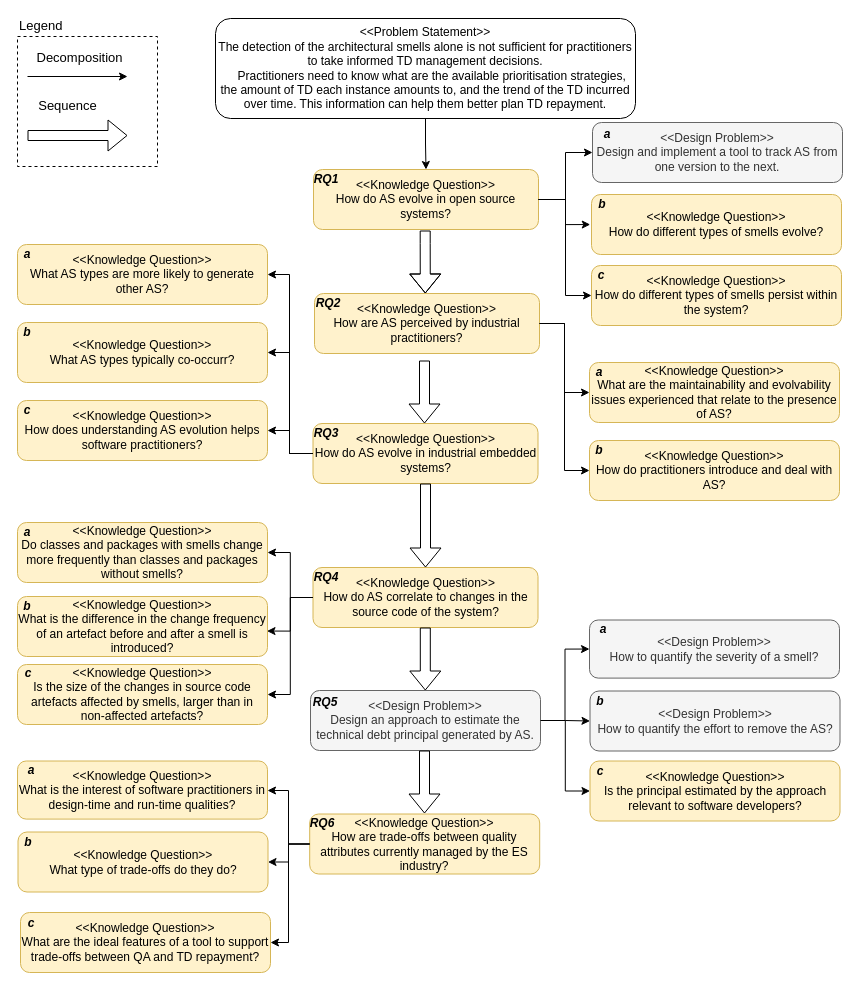
Earlier version of the draw.io diagram Figures/c1/problem-decomposition.drawio (darius-sas/phd-dissertation). Source tidied: cells renumbered, new cells numbered last; positions are measured from the earlier drawing's top-left corner, leaving out a move shared by most shapes. Both pictures are drawn from the tidied source at 100%, with x=0, y=0 at pixel (17, 18).
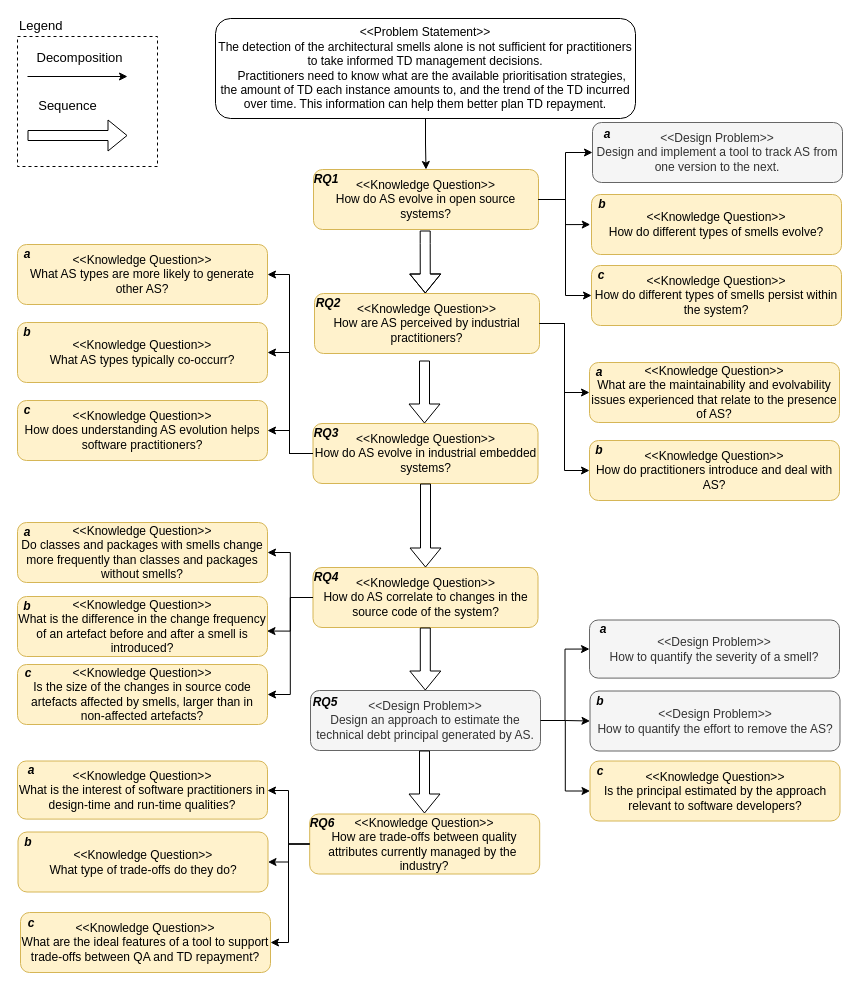
The same page after the edit.

The change refers to these unchanged cells:
```xml
<mxCell id="59" style="group;" parent="58" vertex="1">
  <mxGeometry width="230" height="60" as="geometry" />
</mxCell>
```

Change to the diagram source:
```diff
@@
-    <mxCell id="60" value="&lt;div&gt;&amp;lt;&amp;lt;Knowledge Question&amp;gt;&amp;gt;&lt;/div&gt;&lt;div&gt;How are trade-offs between quality attributes currently managed by the ES industry?&lt;/div&gt;" style="rounded=1;whiteSpace=wrap;html=1;fillColor=#fff2cc;strokeColor=#d6b656;" parent="59" vertex="1">
+    <mxCell id="60" value="&lt;div&gt;&amp;lt;&amp;lt;Knowledge Question&amp;gt;&amp;gt;&lt;/div&gt;&lt;div&gt;How are trade-offs between quality attributes currently managed by the&amp;nbsp; industry?&lt;/div&gt;" style="rounded=1;whiteSpace=wrap;html=1;fillColor=#fff2cc;strokeColor=#d6b656;" parent="59" vertex="1">
       <mxGeometry width="230" height="60" as="geometry" />
     </mxCell>
```
